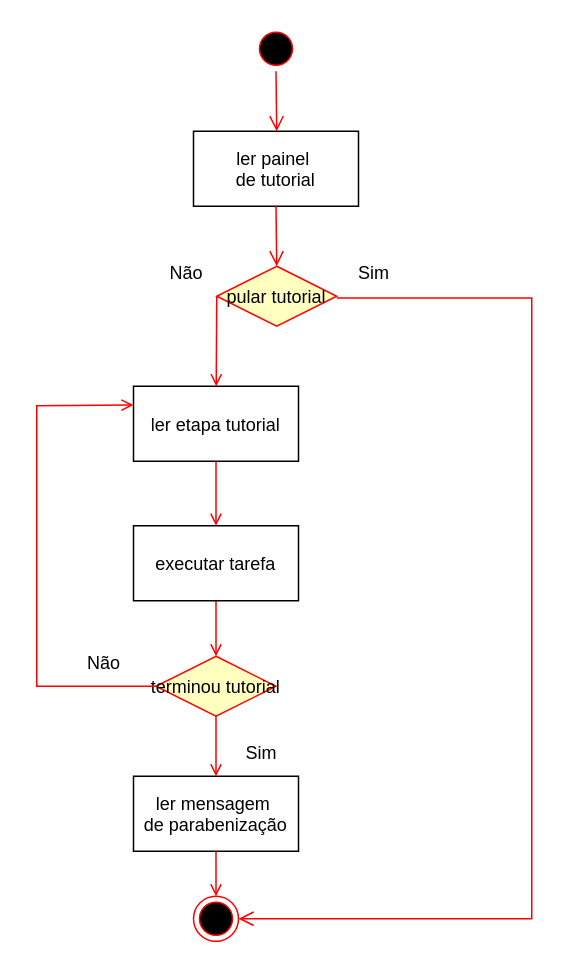
The draw.io diagram diagramas-grade/atvd-tutorial.drawio in PanicAThePython/tcc_NataliaSensWeise, before the edit. Source tidied: cells renumbered, new cells numbered last; positions are measured from the earlier drawing's top-left corner, leaving out a move shared by most shapes. Both pictures are drawn from the tidied source at 150%, with x=0, y=0 at pixel (36, 26).
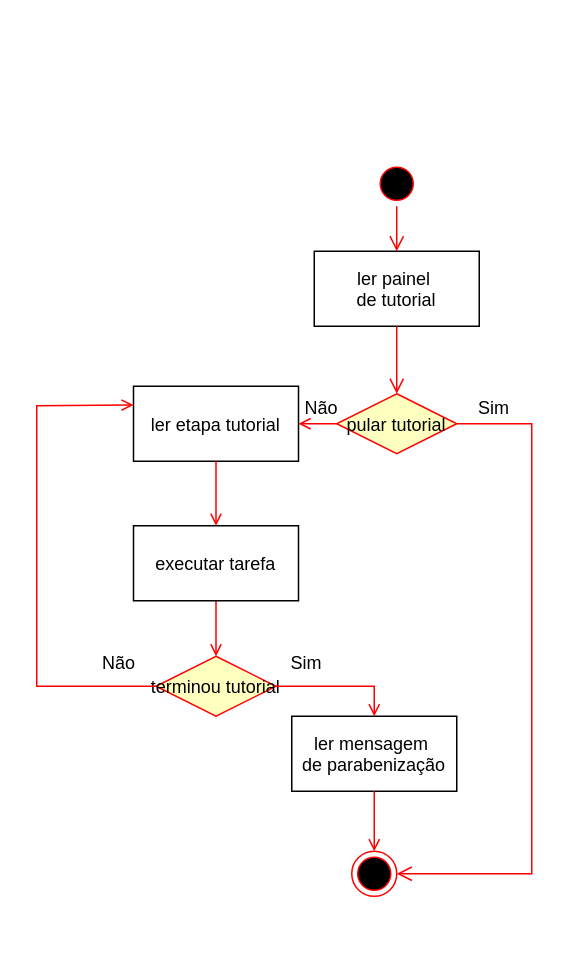
Above is the later version.

Unchanged cells that the change refers to:
```xml
<mxCell id="14" value="terminou tutorial" style="rhombus;fillColor=#ffffc0;strokeColor=#ff0000;" parent="1" vertex="1">
  <mxGeometry x="79.5" y="420" width="80" height="40" as="geometry" />
</mxCell>
```

The edit, as a diff of the source:
```diff
@@
     <mxCell id="3" style="ellipse;shape=startState;fillColor=#000000;strokeColor=#ff0000;" parent="1" vertex="1">
-      <mxGeometry x="144.5" width="30" height="30" as="geometry" />
+      <mxGeometry x="225" y="90" width="30" height="30" as="geometry" />
     </mxCell>
@@
     <mxCell id="8" value="pular tutorial" style="rhombus;fillColor=#ffffc0;strokeColor=#ff0000;" parent="1" vertex="1">
-      <mxGeometry x="120" y="160" width="80" height="40" as="geometry" />
+      <mxGeometry x="200" y="245" width="80" height="40" as="geometry" />
     </mxCell>
     <mxCell id="9" value="ler painel &#10;de tutorial" parent="1" vertex="1">
-      <mxGeometry x="104.5" y="70" width="110" height="50" as="geometry" />
+      <mxGeometry x="185" y="150" width="110" height="50" as="geometry" />
     </mxCell>
@@
     <mxCell id="11" style="ellipse;shape=endState;fillColor=#000000;strokeColor=#ff0000;" parent="1" vertex="1">
-      <mxGeometry x="104.5" y="580" width="30" height="30" as="geometry" />
+      <mxGeometry x="210" y="550" width="30" height="30" as="geometry" />
     </mxCell>
-    <mxCell id="12" style="edgeStyle=elbowEdgeStyle;elbow=horizontal;verticalAlign=bottom;endArrow=open;endSize=8;strokeColor=#FF0000;endFill=1;rounded=0;exitX=1;exitY=0.5;exitDx=0;exitDy=0;entryX=1;entryY=0.5;entryDx=0;entryDy=0;" parent="1" edge="1" target="11">
+    <mxCell id="12" style="edgeStyle=elbowEdgeStyle;elbow=horizontal;verticalAlign=bottom;endArrow=open;endSize=8;strokeColor=#FF0000;endFill=1;rounded=0;exitX=1;exitY=0.5;exitDx=0;exitDy=0;entryX=1;entryY=0.5;entryDx=0;entryDy=0;" parent="1" edge="1" source="8" target="11">
       <mxGeometry x="100" y="40" as="geometry">
-        <mxPoint x="200" y="181.2" as="sourcePoint" />
         <Array as="points">
           <mxPoint x="330" y="523.8" />
           <mxPoint x="280" y="573.8" />
         </Array>
       </mxGeometry>
     </mxCell>
@@
     <mxCell id="16" value="ler mensagem &#10;de parabenização" parent="1" vertex="1">
-      <mxGeometry x="64.5" y="500" width="110" height="50" as="geometry" />
+      <mxGeometry x="170" y="460" width="110" height="50" as="geometry" />
     </mxCell>
-    <mxCell id="17" style="endArrow=open;strokeColor=#FF0000;endFill=1;rounded=0;entryX=0.5;entryY=0;entryDx=0;entryDy=0;exitX=0.5;exitY=1;exitDx=0;exitDy=0;" parent="1" edge="1" source="14" target="16">
-      <mxGeometry relative="1" as="geometry" />
+    <mxCell id="17" style="endArrow=open;strokeColor=#FF0000;endFill=1;rounded=0;entryX=0.5;entryY=0;entryDx=0;entryDy=0;exitX=1;exitY=0.5;exitDx=0;exitDy=0;" parent="1" edge="1" source="14" target="16">
+      <mxGeometry relative="1" as="geometry">
+        <Array as="points">
+          <mxPoint x="225" y="440" />
+        </Array>
+      </mxGeometry>
     </mxCell>
@@
     <mxCell id="19" value="&lt;font face=&quot;Helvetica&quot;&gt;Sim&lt;/font&gt;" style="text;html=1;align=center;verticalAlign=middle;whiteSpace=wrap;rounded=0;fontFamily=Architects Daughter;" parent="1" vertex="1">
-      <mxGeometry x="180" y="150" width="90" height="30" as="geometry" />
+      <mxGeometry x="260" y="240" width="90" height="30" as="geometry" />
     </mxCell>
     <mxCell id="20" value="&lt;font face=&quot;Helvetica&quot;&gt;Não&lt;/font&gt;" style="text;html=1;align=center;verticalAlign=middle;whiteSpace=wrap;rounded=0;fontFamily=Architects Daughter;" parent="1" vertex="1">
-      <mxGeometry x="54.5" y="150" width="90" height="30" as="geometry" />
+      <mxGeometry x="144.5" y="240" width="90" height="30" as="geometry" />
     </mxCell>
     <mxCell id="21" value="&lt;font face=&quot;Helvetica&quot;&gt;Sim&lt;/font&gt;" style="text;html=1;align=center;verticalAlign=middle;whiteSpace=wrap;rounded=0;fontFamily=Architects Daughter;" parent="1" vertex="1">
-      <mxGeometry x="104.5" y="470" width="90" height="30" as="geometry" />
+      <mxGeometry x="135" y="410" width="90" height="30" as="geometry" />
     </mxCell>
     <mxCell id="22" value="&lt;font face=&quot;Helvetica&quot;&gt;Não&lt;/font&gt;" style="text;html=1;align=center;verticalAlign=middle;whiteSpace=wrap;rounded=0;fontFamily=Architects Daughter;" parent="1" vertex="1">
-      <mxGeometry y="410" width="90" height="30" as="geometry" />
+      <mxGeometry x="10" y="410" width="90" height="30" as="geometry" />
     </mxCell>
```
